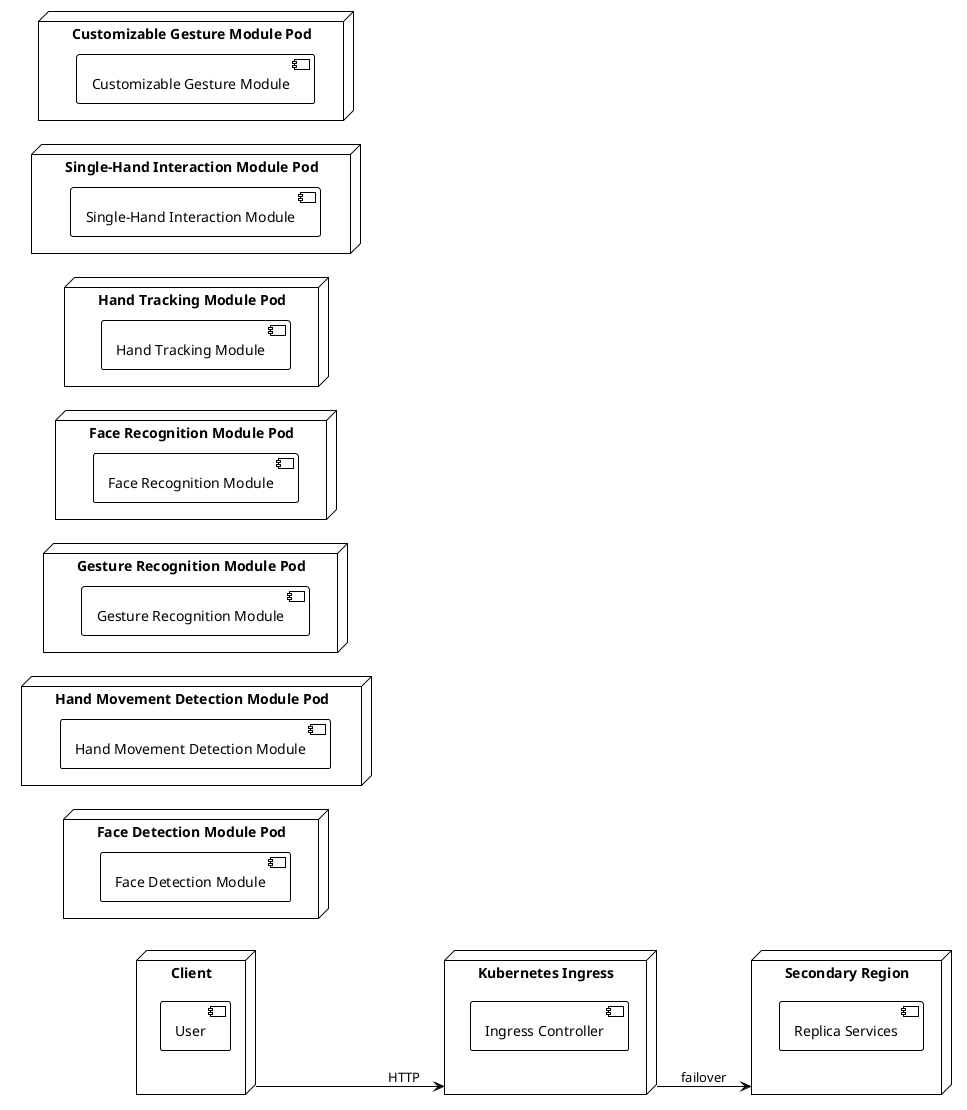
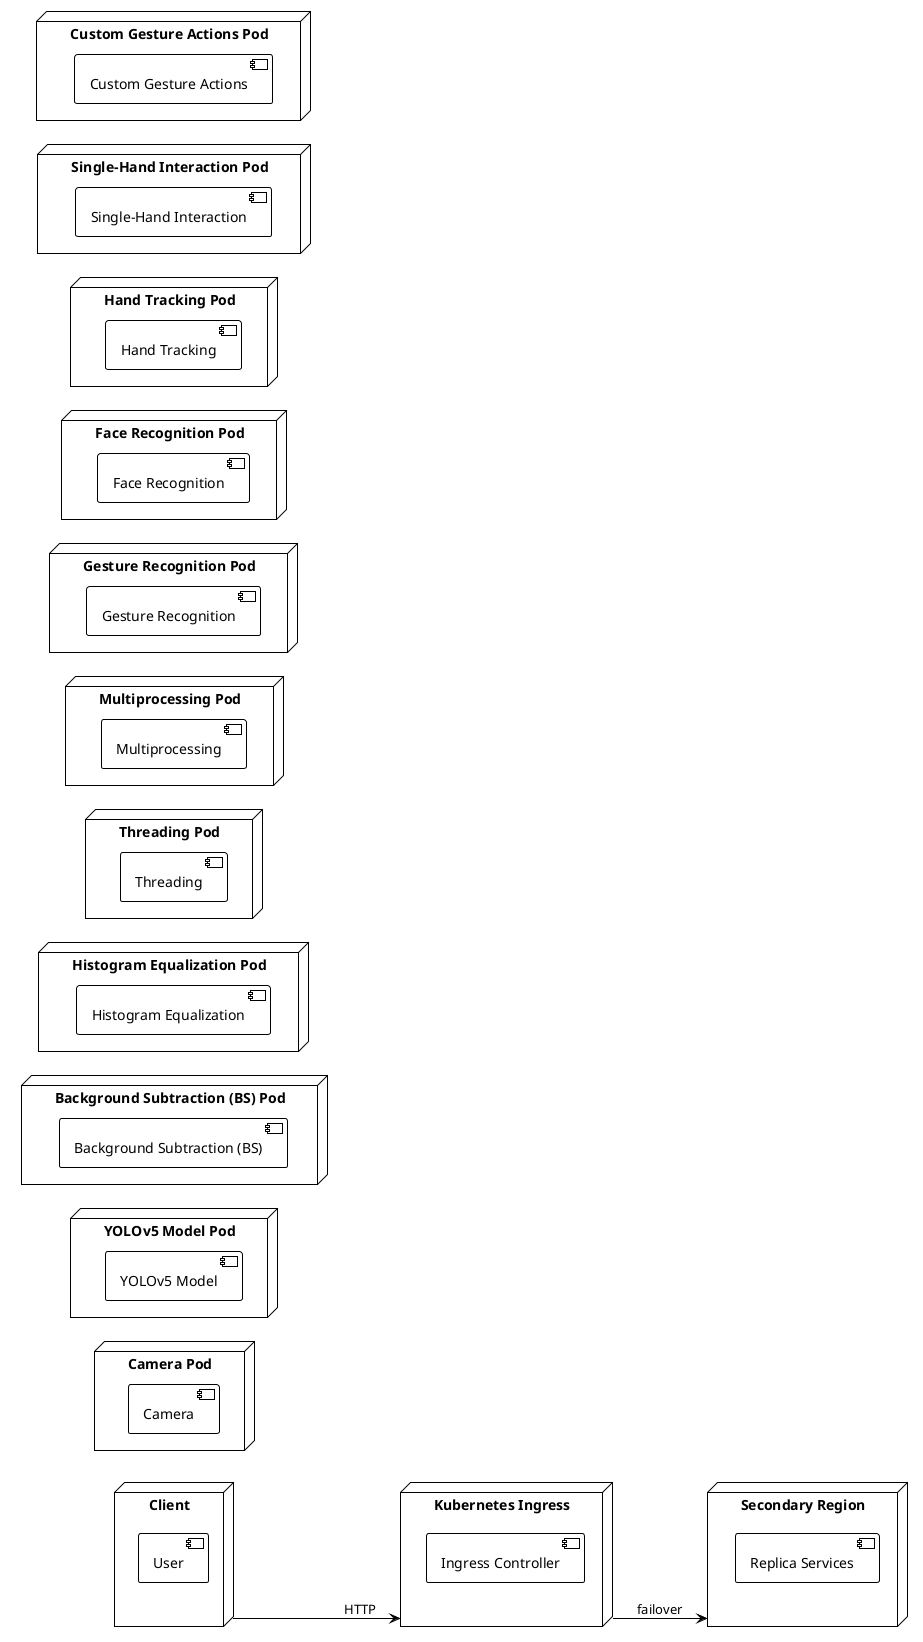
@startuml
!theme plain
left to right direction
node "Client" {
  component "User"
}
node "Kubernetes Ingress" as IngressController {
  component "Ingress Controller"
}
- node "Face Detection Module Pod" as FaceDetectionModulePod {
-   component "Face Detection Module"
+ node "Camera Pod" as CameraPod {
+   component "Camera"
}
- node "Hand Movement Detection Module Pod" as HandMovementDetectionModulePod {
-   component "Hand Movement Detection Module"
+ node "YOLOv5 Model Pod" as YOLOv5ModelPod {
+   component "YOLOv5 Model"
}
- node "Gesture Recognition Module Pod" as GestureRecognitionModulePod {
-   component "Gesture Recognition Module"
+ node "Background Subtraction (BS) Pod" as BackgroundSubtractionBSPod {
+   component "Background Subtraction (BS)"
}
- node "Face Recognition Module Pod" as FaceRecognitionModulePod {
-   component "Face Recognition Module"
+ node "Histogram Equalization Pod" as HistogramEqualizationPod {
+   component "Histogram Equalization"
}
- node "Hand Tracking Module Pod" as HandTrackingModulePod {
-   component "Hand Tracking Module"
+ node "Threading Pod" as ThreadingPod {
+   component "Threading"
}
- node "Single-Hand Interaction Module Pod" as SingleHandInteractionModulePod {
-   component "Single-Hand Interaction Module"
+ node "Multiprocessing Pod" as MultiprocessingPod {
+   component "Multiprocessing"
}
- node "Customizable Gesture Module Pod" as CustomizableGestureModulePod {
-   component "Customizable Gesture Module"
+ node "Gesture Recognition Pod" as GestureRecognitionPod {
+   component "Gesture Recognition"
+ }
+ node "Face Recognition Pod" as FaceRecognitionPod {
+   component "Face Recognition"
+ }
+ node "Hand Tracking Pod" as HandTrackingPod {
+   component "Hand Tracking"
+ }
+ node "Single-Hand Interaction Pod" as SingleHandInteractionPod {
+   component "Single-Hand Interaction"
+ }
+ node "Custom Gesture Actions Pod" as CustomGestureActionsPod {
+   component "Custom Gesture Actions"
}
Client --> IngressController : HTTP
node "Secondary Region" as SecondaryRegion {
  component "Replica Services"
}
IngressController --> SecondaryRegion : failover
@enduml